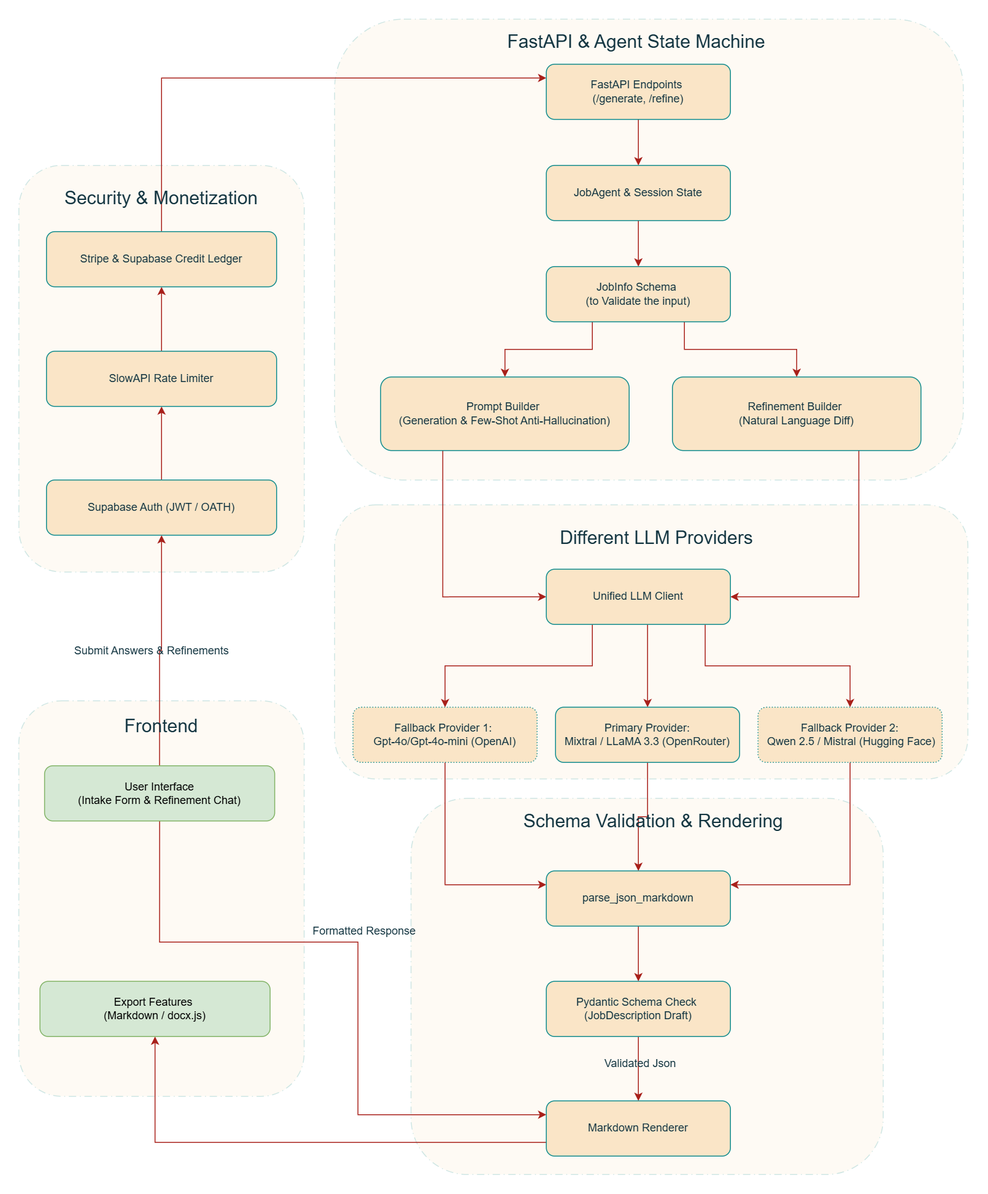
Earlier version of the draw.io export front_end/images/Workflow.drawio.png (AlexDaPiggie/LinkedIn_Job_Description_GenAI). Source tidied: cells renumbered, new cells last; positions are measured from the earlier drawing's top-left corner, leaving out a move shared by most shapes.
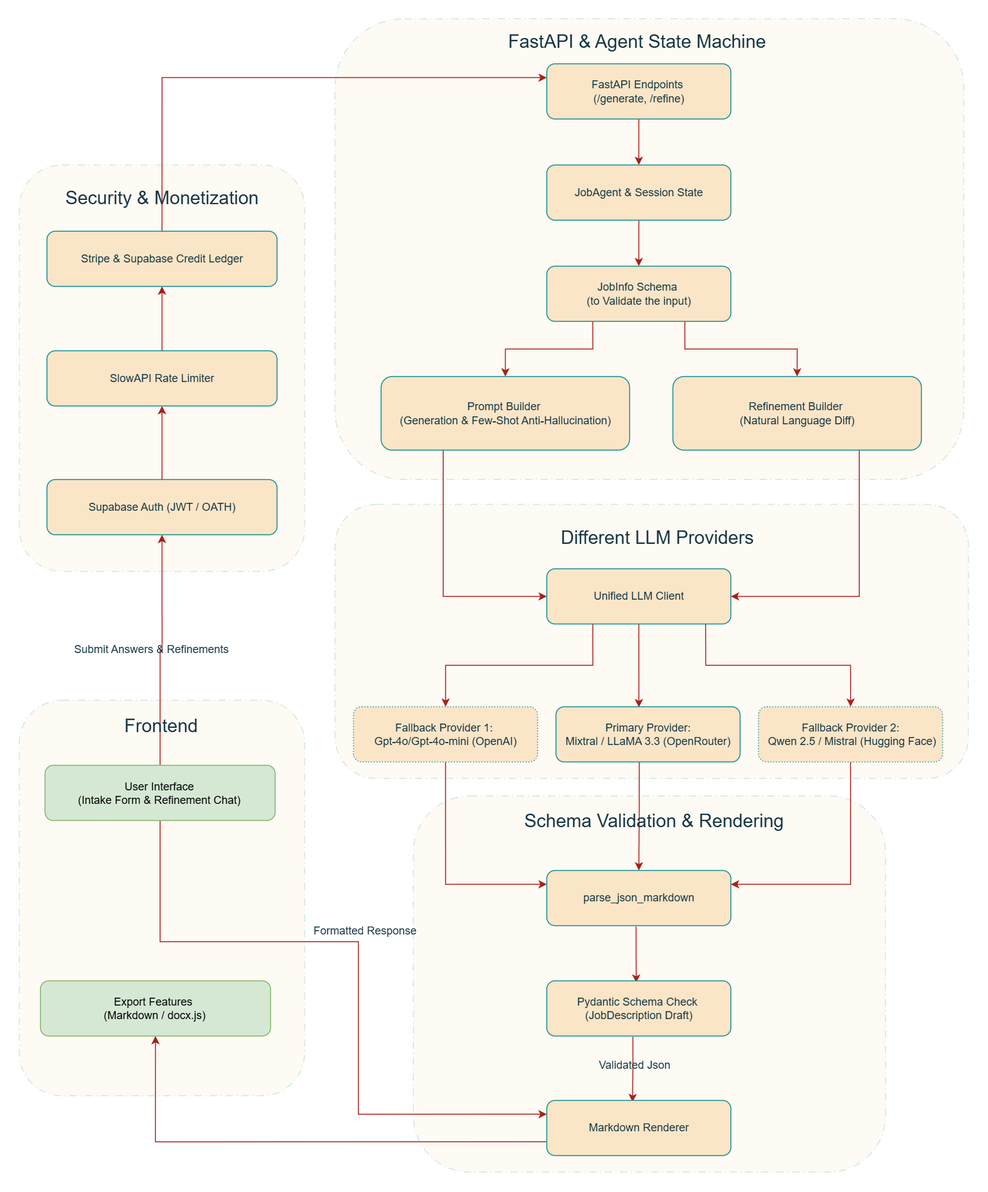
After the change.

Commit message:
Update README with diagrams and analysis

Change to the diagram source:
```diff
@@ -6,7 +6,7 @@
       <mxGeometry x="-0.1" y="741" width="310" height="430" as="geometry" />
     </mxCell>
     <mxCell id="3" value="z" style="rounded=1;whiteSpace=wrap;html=1;strokeColor=#0F8B8D;fillColor=#FAE5C7;opacity=20;dashed=1;dashPattern=8 4 1 4;labelBackgroundColor=none;fontColor=#143642;" parent="1" vertex="1">
-      <mxGeometry x="426" y="847" width="513" height="409" as="geometry" />
+      <mxGeometry x="428" y="845" width="513" height="409" as="geometry" />
     </mxCell>
     <mxCell id="4" style="rounded=1;whiteSpace=wrap;html=1;strokeColor=#0F8B8D;fillColor=#FAE5C7;opacity=20;dashed=1;dashPattern=8 4 1 4;labelBackgroundColor=none;fontColor=#143642;" parent="1" vertex="1">
       <mxGeometry x="343" y="528" width="688" height="298" as="geometry" />
@@ -80,8 +80,12 @@
     <mxCell id="27" style="edgeStyle=orthogonalEdgeStyle;shape=connector;rounded=0;jettySize=auto;html=1;strokeColor=#A8201A;align=center;verticalAlign=middle;fontFamily=Helvetica;fontSize=11;fontColor=default;labelBackgroundColor=none;endArrow=classic;exitX=0.25;exitY=1;exitDx=0;exitDy=0;" parent="1" edge="1" source="30" target="32">
       <mxGeometry relative="1" as="geometry" />
     </mxCell>
-    <mxCell id="28" style="edgeStyle=orthogonalEdgeStyle;shape=connector;rounded=0;jettySize=auto;html=1;strokeColor=#A8201A;align=center;verticalAlign=middle;fontFamily=Helvetica;fontSize=11;fontColor=default;labelBackgroundColor=none;endArrow=classic;exitX=0.55;exitY=0.999;exitDx=0;exitDy=0;exitPerimeter=0;" parent="1" edge="1" source="30" target="34">
-      <mxGeometry relative="1" as="geometry" />
+    <mxCell id="28" style="edgeStyle=orthogonalEdgeStyle;shape=connector;rounded=0;jettySize=auto;html=1;strokeColor=#A8201A;align=center;verticalAlign=middle;fontFamily=Helvetica;fontSize=11;fontColor=default;labelBackgroundColor=none;endArrow=classic;exitX=0.5;exitY=1;exitDx=0;exitDy=0;entryX=0.455;entryY=0.01;entryDx=0;entryDy=0;entryPerimeter=0;" parent="1" edge="1" source="30" target="34">
+      <mxGeometry relative="1" as="geometry">
+        <Array as="points">
+          <mxPoint x="673" y="748.6" />
+        </Array>
+      </mxGeometry>
     </mxCell>
     <mxCell id="29" style="edgeStyle=orthogonalEdgeStyle;shape=connector;rounded=0;jettySize=auto;html=1;strokeColor=#A8201A;align=center;verticalAlign=middle;fontFamily=Helvetica;fontSize=11;fontColor=default;labelBackgroundColor=none;endArrow=classic;exitX=0.863;exitY=0.998;exitDx=0;exitDy=0;exitPerimeter=0;" parent="1" edge="1" source="30" target="36">
       <mxGeometry relative="1" as="geometry" />
@@ -95,7 +99,7 @@
     <mxCell id="32" value="Fallback Provider 1:&amp;nbsp;&lt;div&gt;&lt;div&gt;Gpt-4o/Gpt-4o-mini (OpenAI)&lt;/div&gt;&lt;/div&gt;" style="whiteSpace=wrap;html=1;fillColor=#FAE5C7;strokeColor=#0F8B8D;rounded=1;labelBackgroundColor=none;fontColor=#143642;dashed=1;dashPattern=1 2;" parent="1" vertex="1">
       <mxGeometry x="363" y="748" width="200" height="60" as="geometry" />
     </mxCell>
-    <mxCell id="33" style="edgeStyle=orthogonalEdgeStyle;shape=connector;rounded=0;jettySize=auto;html=1;strokeColor=#A8201A;align=center;verticalAlign=middle;fontFamily=Helvetica;fontSize=11;fontColor=default;labelBackgroundColor=none;endArrow=classic;" parent="1" edge="1" source="34" target="38">
+    <mxCell id="33" style="edgeStyle=orthogonalEdgeStyle;shape=connector;rounded=0;jettySize=auto;html=1;strokeColor=#A8201A;align=center;verticalAlign=middle;fontFamily=Helvetica;fontSize=11;fontColor=default;labelBackgroundColor=none;endArrow=classic;entryX=0.5;entryY=0;entryDx=0;entryDy=0;exitX=0.452;exitY=1.001;exitDx=0;exitDy=0;exitPerimeter=0;" parent="1" edge="1" source="34" target="38">
       <mxGeometry relative="1" as="geometry" />
     </mxCell>
     <mxCell id="34" value="&lt;div&gt;Primary Provider:&lt;/div&gt;&lt;div&gt;Mixtral / LLaMA 3.3 (&lt;span style=&quot;background-color: transparent; color: light-dark(rgb(20, 54, 66), rgb(173, 202, 213));&quot;&gt;OpenRouter&lt;/span&gt;&lt;span style=&quot;background-color: transparent; color: light-dark(rgb(20, 54, 66), rgb(173, 202, 213));&quot;&gt;)&lt;/span&gt;&lt;/div&gt;" style="whiteSpace=wrap;html=1;fillColor=#FAE5C7;strokeColor=#0F8B8D;rounded=1;labelBackgroundColor=none;fontColor=#143642;" parent="1" vertex="1">
@@ -107,13 +111,13 @@
     <mxCell id="36" value="Fallback Provider 2:&lt;div&gt;&amp;nbsp;&lt;span style=&quot;background-color: transparent; color: light-dark(rgb(20, 54, 66), rgb(173, 202, 213));&quot;&gt;Qwen 2.5 / Mistral (&lt;/span&gt;&lt;span style=&quot;background-color: transparent; color: light-dark(rgb(20, 54, 66), rgb(173, 202, 213));&quot;&gt;Hugging Face&lt;/span&gt;&lt;span style=&quot;background-color: transparent; color: light-dark(rgb(20, 54, 66), rgb(173, 202, 213));&quot;&gt;)&lt;/span&gt;&lt;/div&gt;" style="whiteSpace=wrap;html=1;fillColor=#FAE5C7;strokeColor=#0F8B8D;rounded=1;labelBackgroundColor=none;fontColor=#143642;dashed=1;dashPattern=1 2;" parent="1" vertex="1">
       <mxGeometry x="803" y="748" width="200" height="60" as="geometry" />
     </mxCell>
-    <mxCell id="37" style="edgeStyle=orthogonalEdgeStyle;shape=connector;rounded=0;jettySize=auto;html=1;strokeColor=#A8201A;align=center;verticalAlign=middle;fontFamily=Helvetica;fontSize=11;fontColor=default;labelBackgroundColor=none;endArrow=classic;" parent="1" edge="1" source="38" target="41">
+    <mxCell id="37" style="edgeStyle=orthogonalEdgeStyle;shape=connector;rounded=0;jettySize=auto;html=1;strokeColor=#A8201A;align=center;verticalAlign=middle;fontFamily=Helvetica;fontSize=11;fontColor=default;labelBackgroundColor=none;endArrow=classic;exitX=0.485;exitY=1.015;exitDx=0;exitDy=0;exitPerimeter=0;entryX=0.486;entryY=0.034;entryDx=0;entryDy=0;entryPerimeter=0;" parent="1" edge="1" source="38" target="41">
       <mxGeometry relative="1" as="geometry" />
     </mxCell>
     <mxCell id="38" value="parse_json_markdown" style="whiteSpace=wrap;html=1;fillColor=#FAE5C7;strokeColor=#0F8B8D;rounded=1;labelBackgroundColor=none;fontColor=#143642;" parent="1" vertex="1">
       <mxGeometry x="573" y="926" width="200" height="60" as="geometry" />
     </mxCell>
-    <mxCell id="39" style="edgeStyle=orthogonalEdgeStyle;shape=connector;rounded=0;jettySize=auto;html=1;strokeColor=#A8201A;align=center;verticalAlign=middle;fontFamily=Helvetica;fontSize=11;fontColor=default;labelBackgroundColor=none;endArrow=classic;" parent="1" edge="1" source="41" target="43">
+    <mxCell id="39" style="edgeStyle=orthogonalEdgeStyle;shape=connector;rounded=0;jettySize=auto;html=1;strokeColor=#A8201A;align=center;verticalAlign=middle;fontFamily=Helvetica;fontSize=11;fontColor=default;labelBackgroundColor=none;endArrow=classic;exitX=0.468;exitY=1.013;exitDx=0;exitDy=0;exitPerimeter=0;entryX=0.466;entryY=0.031;entryDx=0;entryDy=0;entryPerimeter=0;" parent="1" edge="1" source="41" target="43">
       <mxGeometry relative="1" as="geometry" />
     </mxCell>
     <mxCell id="40" value="Validated Json" style="edgeLabel;html=1;align=center;verticalAlign=middle;fontFamily=Helvetica;fontSize=12;fontColor=#143642;labelBackgroundColor=none;" parent="39" vertex="1">
```
